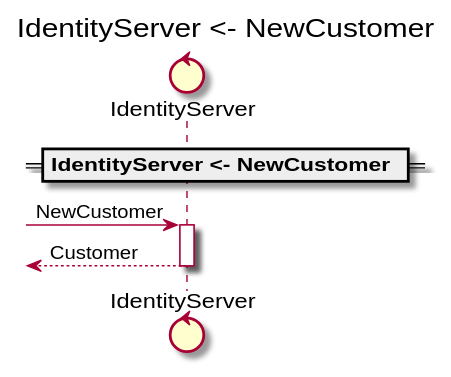
Before: demo/markdown/Backend/BFF/IdentityServer/newcustomer.svg, a diagram exported from PlantUML (anz-bank/sysl-catalog).
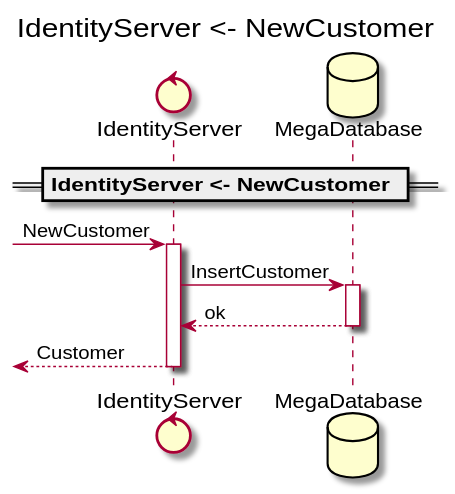
After the commit.

Diff of the diagram source:
```diff
@@ -2,11 +2,16 @@
 
 
 control "IdentityServer" as _0
+database "MegaDatabase" as _1
 skinparam maxMessageSize 250
 title IdentityServer <- NewCustomer
 == IdentityServer <- NewCustomer ==
 [->_0 : NewCustomer
 activate _0
+ _0->_1 : InsertCustomer
+ activate _1
+ _0<--_1 : ok
+ deactivate _1
 [<--_0 : Customer
 deactivate _0
 @enduml
```
